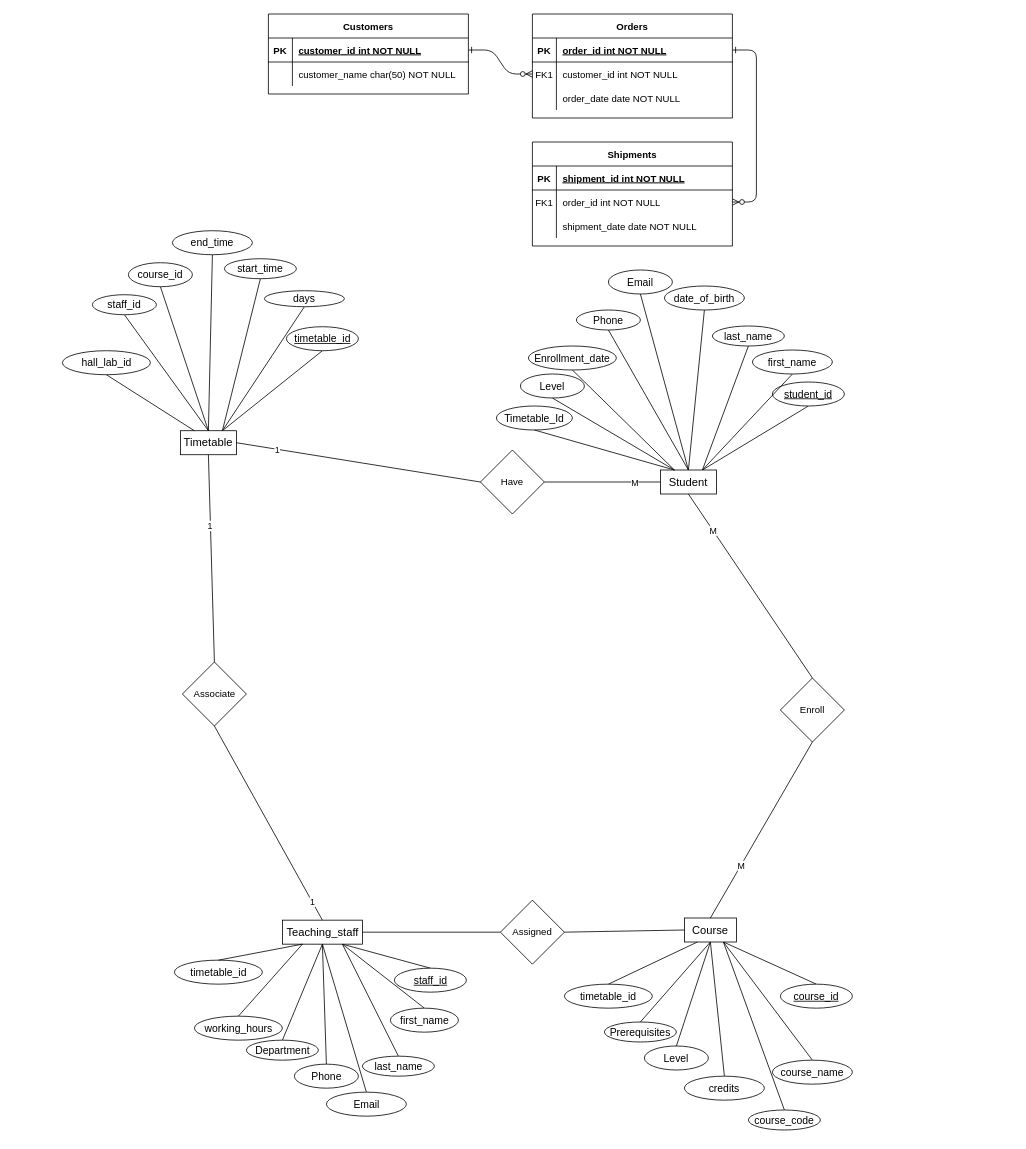
This is ERD.drawio from david11133/draw.io, a draw.io file, before an edit. Source tidied: cells renumbered, new cells numbered last; positions are measured from the earlier drawing's top-left corner, leaving out a move shared by most shapes. Both pictures are drawn from the tidied source at 80%, with x=0, y=0 at pixel (62, 14).
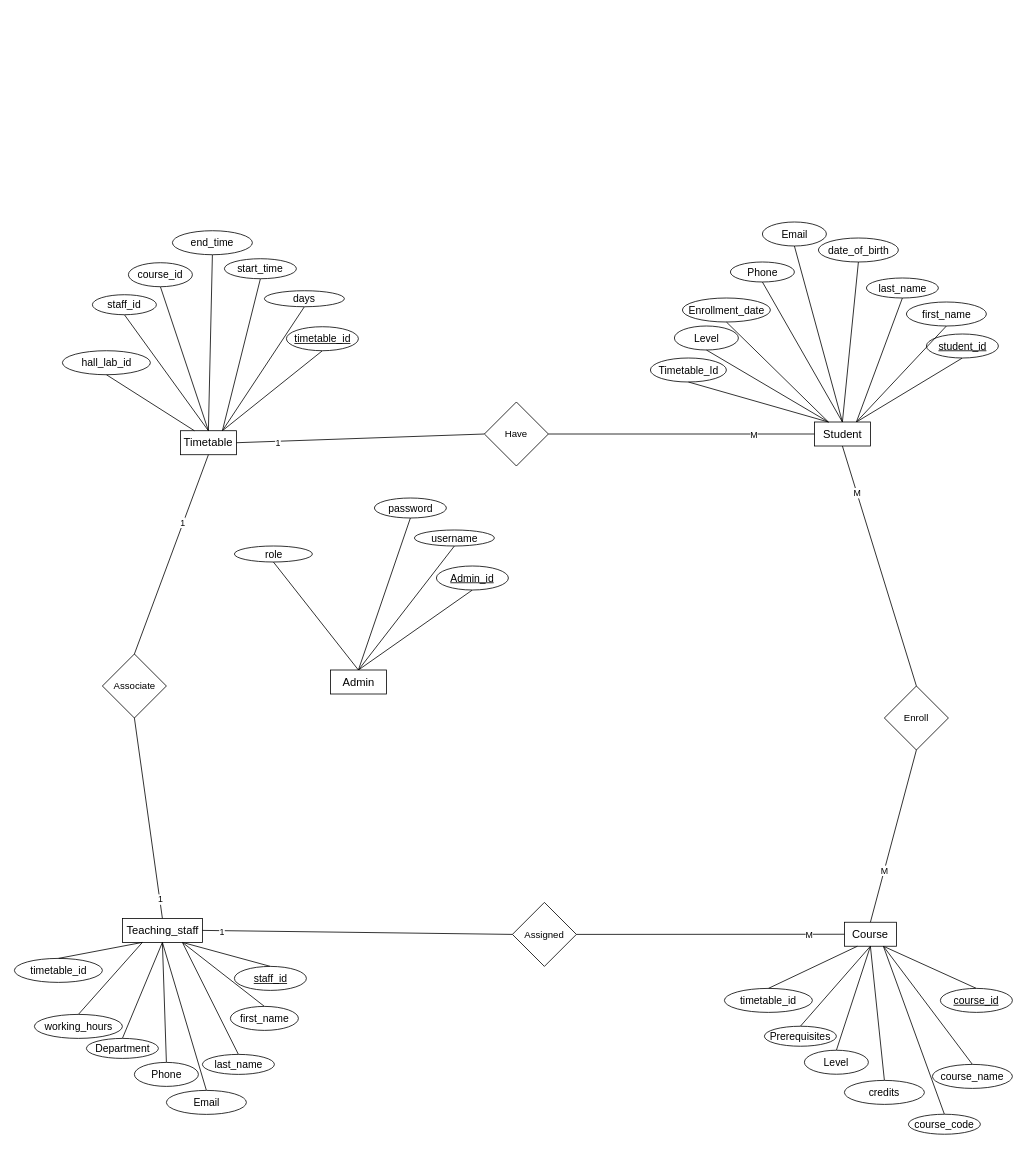
The same page after the edit.

Unchanged cells that the change refers to:
```xml
<mxCell id="113" style="endArrow=none;html=1;rounded=0;exitX=1;exitY=0.5;exitDx=0;exitDy=0;entryX=0;entryY=0.5;entryDx=0;entryDy=0;" parent="1" edge="1" source="91" target="112">
  <mxGeometry relative="1" as="geometry" />
</mxCell>
<mxCell id="114" style="endArrow=none;html=1;rounded=0;exitX=1;exitY=0.5;exitDx=0;exitDy=0;entryX=0;entryY=0.5;entryDx=0;entryDy=0;" parent="1" edge="1" source="112" target="51">
  <mxGeometry relative="1" as="geometry" />
</mxCell>
```

The edit, as a diff of the source:
```diff
@@
-    <mxCell id="2" style="edgeStyle=entityRelationEdgeStyle;endArrow=ERzeroToMany;startArrow=ERone;endFill=1;startFill=0;" parent="1" edge="1" source="25" target="8">
-      <mxGeometry relative="1" as="geometry" />
-    </mxCell>
-    <mxCell id="3" style="edgeStyle=entityRelationEdgeStyle;endArrow=ERzeroToMany;startArrow=ERone;endFill=1;startFill=0;" parent="1" edge="1" source="5" target="18">
-      <mxGeometry relative="1" as="geometry" />
-    </mxCell>
-    <mxCell id="4" value="Orders" style="shape=table;startSize=30;childLayout=tableLayout;rowLines=0;fontStyle=1;align=center;" parent="1" vertex="1">
-      <mxGeometry x="588" width="250" height="130" as="geometry" />
-    </mxCell>
-    <mxCell id="5" style="shape=partialRectangle;fillColor=none;points=[[0,0.5],[1,0.5]];portConstraint=eastwest;top=0;left=0;right=0;bottom=1;" parent="4" vertex="1">
-      <mxGeometry y="30" width="250" height="30" as="geometry" />
-    </mxCell>
-    <mxCell id="6" value="PK" style="shape=partialRectangle;overflow=hidden;fillColor=none;top=0;left=0;bottom=0;right=0;fontStyle=1;" parent="5" vertex="1">
-      <mxGeometry width="30" height="30" as="geometry" />
-    </mxCell>
-    <mxCell id="7" value="order_id int NOT NULL " style="shape=partialRectangle;overflow=hidden;fillColor=none;top=0;left=0;bottom=0;right=0;align=left;spacingLeft=6;fontStyle=5;" parent="5" vertex="1">
-      <mxGeometry x="30" width="220" height="30" as="geometry" />
-    </mxCell>
-    <mxCell id="8" style="shape=partialRectangle;fillColor=none;points=[[0,0.5],[1,0.5]];portConstraint=eastwest;top=0;left=0;right=0;bottom=0;" parent="4" vertex="1">
-      <mxGeometry y="60" width="250" height="30" as="geometry" />
-    </mxCell>
-    <mxCell id="9" value="FK1" style="shape=partialRectangle;overflow=hidden;fillColor=none;top=0;left=0;bottom=0;right=0;" parent="8" vertex="1">
-      <mxGeometry width="30" height="30" as="geometry" />
-    </mxCell>
-    <mxCell id="10" value="customer_id int NOT NULL" style="shape=partialRectangle;overflow=hidden;fillColor=none;top=0;left=0;bottom=0;right=0;align=left;spacingLeft=6;" parent="8" vertex="1">
-      <mxGeometry x="30" width="220" height="30" as="geometry" />
-    </mxCell>
-    <mxCell id="11" style="shape=partialRectangle;fillColor=none;top=0;left=0;right=0;bottom=0;" parent="4" vertex="1">
-      <mxGeometry y="90" width="250" height="30" as="geometry" />
-    </mxCell>
-    <mxCell id="12" style="shape=partialRectangle;overflow=hidden;fillColor=none;top=0;left=0;bottom=0;right=0;" parent="11" vertex="1">
-      <mxGeometry width="30" height="30" as="geometry" />
-    </mxCell>
-    <mxCell id="13" value="order_date date NOT NULL" style="shape=partialRectangle;overflow=hidden;fillColor=none;top=0;left=0;bottom=0;right=0;align=left;spacingLeft=6;" parent="11" vertex="1">
-      <mxGeometry x="30" width="220" height="30" as="geometry" />
-    </mxCell>
-    <mxCell id="14" value="Shipments" style="shape=table;startSize=30;childLayout=tableLayout;rowLines=0;fontStyle=1;align=center;" parent="1" vertex="1">
-      <mxGeometry x="588" y="160" width="250" height="130" as="geometry" />
-    </mxCell>
-    <mxCell id="15" style="shape=partialRectangle;fillColor=none;top=0;left=0;right=0;bottom=1;" parent="14" vertex="1">
-      <mxGeometry y="30" width="250" height="30" as="geometry" />
-    </mxCell>
-    <mxCell id="16" value="PK" style="shape=partialRectangle;overflow=hidden;fillColor=none;top=0;left=0;bottom=0;right=0;fontStyle=1;" parent="15" vertex="1">
-      <mxGeometry width="30" height="30" as="geometry" />
-    </mxCell>
-    <mxCell id="17" value="shipment_id int NOT NULL " style="shape=partialRectangle;overflow=hidden;fillColor=none;top=0;left=0;bottom=0;right=0;align=left;spacingLeft=6;fontStyle=5;" parent="15" vertex="1">
-      <mxGeometry x="30" width="220" height="30" as="geometry" />
-    </mxCell>
-    <mxCell id="18" style="shape=partialRectangle;fillColor=none;points=[[0,0.5],[1,0.5]];portConstraint=eastwest;top=0;left=0;right=0;bottom=0;" parent="14" vertex="1">
-      <mxGeometry y="60" width="250" height="30" as="geometry" />
-    </mxCell>
-    <mxCell id="19" value="FK1" style="shape=partialRectangle;overflow=hidden;fillColor=none;top=0;left=0;bottom=0;right=0;" parent="18" vertex="1">
-      <mxGeometry width="30" height="30" as="geometry" />
-    </mxCell>
-    <mxCell id="20" value="order_id int NOT NULL" style="shape=partialRectangle;overflow=hidden;fillColor=none;top=0;left=0;bottom=0;right=0;align=left;spacingLeft=6;" parent="18" vertex="1">
-      <mxGeometry x="30" width="220" height="30" as="geometry" />
-    </mxCell>
-    <mxCell id="21" style="shape=partialRectangle;fillColor=none;top=0;left=0;right=0;bottom=0;" parent="14" vertex="1">
-      <mxGeometry y="90" width="250" height="30" as="geometry" />
-    </mxCell>
-    <mxCell id="22" style="shape=partialRectangle;overflow=hidden;fillColor=none;top=0;left=0;bottom=0;right=0;" parent="21" vertex="1">
-      <mxGeometry width="30" height="30" as="geometry" />
-    </mxCell>
-    <mxCell id="23" value="shipment_date date NOT NULL" style="shape=partialRectangle;overflow=hidden;fillColor=none;top=0;left=0;bottom=0;right=0;align=left;spacingLeft=6;" parent="21" vertex="1">
-      <mxGeometry x="30" width="220" height="30" as="geometry" />
-    </mxCell>
-    <mxCell id="24" value="Customers" style="shape=table;startSize=30;childLayout=tableLayout;rowLines=0;fontStyle=1;align=center;" parent="1" vertex="1">
-      <mxGeometry x="258" width="250" height="100" as="geometry" />
-    </mxCell>
-    <mxCell id="25" style="shape=partialRectangle;fillColor=none;points=[[0,0.5],[1,0.5]];portConstraint=eastwest;top=0;left=0;right=0;bottom=1;" parent="24" vertex="1">
-      <mxGeometry y="30" width="250" height="30" as="geometry" />
-    </mxCell>
-    <mxCell id="26" value="PK" style="shape=partialRectangle;overflow=hidden;fillColor=none;top=0;left=0;bottom=0;right=0;fontStyle=1;" parent="25" vertex="1">
-      <mxGeometry width="30" height="30" as="geometry" />
-    </mxCell>
-    <mxCell id="27" value="customer_id int NOT NULL " style="shape=partialRectangle;overflow=hidden;fillColor=none;top=0;left=0;bottom=0;right=0;align=left;spacingLeft=6;fontStyle=5;" parent="25" vertex="1">
-      <mxGeometry x="30" width="220" height="30" as="geometry" />
-    </mxCell>
-    <mxCell id="28" style="shape=partialRectangle;fillColor=none;top=0;left=0;right=0;bottom=0;" parent="24" vertex="1">
-      <mxGeometry y="60" width="250" height="30" as="geometry" />
-    </mxCell>
-    <mxCell id="29" style="shape=partialRectangle;overflow=hidden;fillColor=none;top=0;left=0;bottom=0;right=0;" parent="28" vertex="1">
-      <mxGeometry width="30" height="30" as="geometry" />
-    </mxCell>
-    <mxCell id="30" value="customer_name char(50) NOT NULL" style="shape=partialRectangle;overflow=hidden;fillColor=none;top=0;left=0;bottom=0;right=0;align=left;spacingLeft=6;" parent="28" vertex="1">
-      <mxGeometry x="30" width="220" height="30" as="geometry" />
-    </mxCell>
@@
     <mxCell id="32" value="Student" style="rounded=0;whiteSpace=wrap;html=1;fontSize=14;" parent="1" vertex="1">
-      <mxGeometry x="748" y="570" width="70" height="30" as="geometry" />
+      <mxGeometry x="940.5" y="510" width="70" height="30" as="geometry" />
     </mxCell>
     <mxCell id="33" value="student_id" style="ellipse;whiteSpace=wrap;html=1;fontSize=13;fontStyle=4;" parent="1" vertex="1">
-      <mxGeometry x="888" y="460" width="90" height="30" as="geometry" />
+      <mxGeometry x="1080.5" y="400" width="90" height="30" as="geometry" />
     </mxCell>
@@
     <mxCell id="35" value="first_name" style="ellipse;whiteSpace=wrap;html=1;fontSize=13;fontStyle=0;" parent="1" vertex="1">
-      <mxGeometry x="863" y="420" width="100" height="30" as="geometry" />
+      <mxGeometry x="1055.5" y="360" width="100" height="30" as="geometry" />
     </mxCell>
@@
     <mxCell id="37" value="date_of_birth" style="ellipse;whiteSpace=wrap;html=1;fontSize=13;fontStyle=0;" parent="1" vertex="1">
-      <mxGeometry x="753" y="340" width="100" height="30" as="geometry" />
+      <mxGeometry x="945.5" y="280" width="100" height="30" as="geometry" />
     </mxCell>
@@
     <mxCell id="39" value="last_name" style="ellipse;whiteSpace=wrap;html=1;fontSize=13;fontStyle=0;" parent="1" vertex="1">
-      <mxGeometry x="813" y="390" width="90" height="25" as="geometry" />
+      <mxGeometry x="1005.5" y="330" width="90" height="25" as="geometry" />
     </mxCell>
@@
     <mxCell id="41" value="Email" style="ellipse;whiteSpace=wrap;html=1;fontSize=13;fontStyle=0;" parent="1" vertex="1">
-      <mxGeometry x="683" y="320" width="80" height="30" as="geometry" />
+      <mxGeometry x="875.5" y="260" width="80" height="30" as="geometry" />
     </mxCell>
@@
     <mxCell id="43" value="Phone" style="ellipse;whiteSpace=wrap;html=1;fontSize=13;fontStyle=0;" parent="1" vertex="1">
-      <mxGeometry x="643" y="370" width="80" height="25" as="geometry" />
+      <mxGeometry x="835.5" y="310" width="80" height="25" as="geometry" />
     </mxCell>
     <mxCell id="44" value="Enrollment_date" style="ellipse;whiteSpace=wrap;html=1;fontSize=13;fontStyle=0;" parent="1" vertex="1">
-      <mxGeometry x="583" y="415" width="110" height="30" as="geometry" />
+      <mxGeometry x="775.5" y="355" width="110" height="30" as="geometry" />
     </mxCell>
@@
     <mxCell id="46" value="Level" style="ellipse;whiteSpace=wrap;html=1;fontSize=13;fontStyle=0;" parent="1" vertex="1">
-      <mxGeometry x="573" y="450" width="80" height="30" as="geometry" />
+      <mxGeometry x="765.5" y="390" width="80" height="30" as="geometry" />
     </mxCell>
@@
     <mxCell id="48" value="Timetable_Id" style="ellipse;whiteSpace=wrap;html=1;fontSize=13;fontStyle=0;" parent="1" vertex="1">
-      <mxGeometry x="543" y="490" width="95" height="30" as="geometry" />
+      <mxGeometry x="735.5" y="430" width="95" height="30" as="geometry" />
     </mxCell>
@@
     <mxCell id="51" value="Course" style="rounded=0;whiteSpace=wrap;html=1;fontSize=14;" parent="1" vertex="1">
-      <mxGeometry x="778" y="1130" width="65" height="30" as="geometry" />
+      <mxGeometry x="978" y="1135.3" width="65" height="30" as="geometry" />
     </mxCell>
     <mxCell id="52" value="course_id" style="ellipse;whiteSpace=wrap;html=1;fontSize=13;fontStyle=4;" parent="1" vertex="1">
-      <mxGeometry x="898" y="1212.7" width="90" height="30" as="geometry" />
+      <mxGeometry x="1098" y="1218" width="90" height="30" as="geometry" />
     </mxCell>
@@
     <mxCell id="54" value="course_name" style="ellipse;whiteSpace=wrap;html=1;fontSize=13;fontStyle=0;" parent="1" vertex="1">
-      <mxGeometry x="888" y="1307.7" width="100" height="30" as="geometry" />
+      <mxGeometry x="1088" y="1313" width="100" height="30" as="geometry" />
     </mxCell>
@@
     <mxCell id="56" value="credits" style="ellipse;whiteSpace=wrap;html=1;fontSize=13;fontStyle=0;" parent="1" vertex="1">
-      <mxGeometry x="778" y="1327.7" width="100" height="30" as="geometry" />
+      <mxGeometry x="978" y="1333" width="100" height="30" as="geometry" />
     </mxCell>
@@
     <mxCell id="58" value="course_code" style="ellipse;whiteSpace=wrap;html=1;fontSize=13;fontStyle=0;" parent="1" vertex="1">
-      <mxGeometry x="858" y="1370" width="90" height="25" as="geometry" />
+      <mxGeometry x="1058" y="1375.3" width="90" height="25" as="geometry" />
     </mxCell>
@@
     <mxCell id="60" value="Level" style="ellipse;whiteSpace=wrap;html=1;fontSize=13;fontStyle=0;" parent="1" vertex="1">
-      <mxGeometry x="728" y="1290" width="80" height="30" as="geometry" />
+      <mxGeometry x="928" y="1295.3" width="80" height="30" as="geometry" />
     </mxCell>
@@
     <mxCell id="62" value="Prerequisites" style="ellipse;whiteSpace=wrap;html=1;fontSize=13;fontStyle=0;" parent="1" vertex="1">
-      <mxGeometry x="678" y="1260" width="90" height="25" as="geometry" />
+      <mxGeometry x="878" y="1265.3" width="90" height="25" as="geometry" />
     </mxCell>
     <mxCell id="63" value="timetable_id" style="ellipse;whiteSpace=wrap;html=1;fontSize=13;fontStyle=0;" parent="1" vertex="1">
-      <mxGeometry x="628" y="1212.7" width="110" height="30" as="geometry" />
+      <mxGeometry x="828" y="1218" width="110" height="30" as="geometry" />
     </mxCell>
@@
     <mxCell id="80" value="Have" style="rhombus;whiteSpace=wrap;html=1;" parent="1" vertex="1">
-      <mxGeometry x="523" y="545" width="80" height="80" as="geometry" />
+      <mxGeometry x="528" y="485" width="80" height="80" as="geometry" />
     </mxCell>
@@
     <mxCell id="85" value="Enroll" style="rhombus;whiteSpace=wrap;html=1;" parent="1" vertex="1">
-      <mxGeometry x="898" y="830" width="80" height="80" as="geometry" />
+      <mxGeometry x="1028" y="840" width="80" height="80" as="geometry" />
     </mxCell>
@@
     <mxCell id="91" value="Teaching_staff" style="rounded=0;whiteSpace=wrap;html=1;fontSize=14;" parent="1" vertex="1">
-      <mxGeometry x="275.5" y="1132.7" width="100" height="30" as="geometry" />
+      <mxGeometry x="75.5" y="1130.5" width="100" height="30" as="geometry" />
     </mxCell>
     <mxCell id="92" value="staff_id" style="ellipse;whiteSpace=wrap;html=1;fontSize=13;fontStyle=4;" parent="1" vertex="1">
-      <mxGeometry x="415.5" y="1192.7" width="90" height="30" as="geometry" />
+      <mxGeometry x="215.5" y="1190.5" width="90" height="30" as="geometry" />
     </mxCell>
@@
     <mxCell id="94" value="first_name" style="ellipse;whiteSpace=wrap;html=1;fontSize=13;fontStyle=0;" parent="1" vertex="1">
-      <mxGeometry x="410.5" y="1242.7" width="85" height="30" as="geometry" />
+      <mxGeometry x="210.5" y="1240.5" width="85" height="30" as="geometry" />
     </mxCell>
@@
     <mxCell id="96" value="Email" style="ellipse;whiteSpace=wrap;html=1;fontSize=13;fontStyle=0;" parent="1" vertex="1">
-      <mxGeometry x="330.5" y="1347.7" width="100" height="30" as="geometry" />
+      <mxGeometry x="130.5" y="1345.5" width="100" height="30" as="geometry" />
     </mxCell>
@@
     <mxCell id="98" value="last_name" style="ellipse;whiteSpace=wrap;html=1;fontSize=13;fontStyle=0;" parent="1" vertex="1">
-      <mxGeometry x="375.5" y="1302.7" width="90" height="25" as="geometry" />
+      <mxGeometry x="175.5" y="1300.5" width="90" height="25" as="geometry" />
     </mxCell>
@@
     <mxCell id="100" value="Phone" style="ellipse;whiteSpace=wrap;html=1;fontSize=13;fontStyle=0;" parent="1" vertex="1">
-      <mxGeometry x="290.5" y="1312.7" width="80" height="30" as="geometry" />
+      <mxGeometry x="90.5" y="1310.5" width="80" height="30" as="geometry" />
     </mxCell>
@@
     <mxCell id="102" value="Department" style="ellipse;whiteSpace=wrap;html=1;fontSize=13;fontStyle=0;" parent="1" vertex="1">
-      <mxGeometry x="230.5" y="1282.7" width="90" height="25" as="geometry" />
+      <mxGeometry x="30.5" y="1280.5" width="90" height="25" as="geometry" />
     </mxCell>
     <mxCell id="103" value="timetable_id" style="ellipse;whiteSpace=wrap;html=1;fontSize=13;fontStyle=0;" parent="1" vertex="1">
-      <mxGeometry x="140.5" y="1182.7" width="110" height="30" as="geometry" />
+      <mxGeometry x="-59.5" y="1180.5" width="110" height="30" as="geometry" />
     </mxCell>
@@
     <mxCell id="105" value="working_hours" style="ellipse;whiteSpace=wrap;html=1;fontSize=13;fontStyle=0;" parent="1" vertex="1">
-      <mxGeometry x="165.5" y="1252.7" width="110" height="30" as="geometry" />
+      <mxGeometry x="-34.5" y="1250.5" width="110" height="30" as="geometry" />
     </mxCell>
@@
     <mxCell id="107" value="Associate" style="rhombus;whiteSpace=wrap;html=1;" parent="1" vertex="1">
-      <mxGeometry x="150.5" y="810" width="80" height="80" as="geometry" />
+      <mxGeometry x="50.5" y="800" width="80" height="80" as="geometry" />
     </mxCell>
@@
     <mxCell id="112" value="Assigned" style="rhombus;whiteSpace=wrap;html=1;" parent="1" vertex="1">
-      <mxGeometry x="548" y="1107.7" width="80" height="80" as="geometry" />
+      <mxGeometry x="563" y="1110.5" width="80" height="80" as="geometry" />
     </mxCell>
@@
+    <mxCell id="115" value="1" style="edgeLabel;html=1;align=center;verticalAlign=middle;" parent="113" vertex="1">
+      <mxGeometry x="-0.87" y="-2" relative="1" as="geometry">
+        <mxPoint x="-1" as="offset" />
+      </mxGeometry>
+    </mxCell>
@@
+    <mxCell id="116" value="M" style="edgeLabel;html=1;align=center;verticalAlign=middle;" parent="114" vertex="1">
+      <mxGeometry x="0.73" relative="1" as="geometry">
+        <mxPoint x="1" as="offset" />
+      </mxGeometry>
+    </mxCell>
+    <mxCell id="117" style="rounded=0;jettySize=auto;html=1;exitX=0.5;exitY=0;exitDx=0;exitDy=0;entryX=0.5;entryY=1;entryDx=0;entryDy=0;strokeColor=default;endArrow=none;endFill=0;" parent="1" edge="1" source="118" target="119">
+      <mxGeometry relative="1" as="geometry" />
+    </mxCell>
+    <mxCell id="118" value="Admin" style="rounded=0;whiteSpace=wrap;html=1;fontSize=14;" parent="1" vertex="1">
+      <mxGeometry x="335.5" y="820" width="70" height="30" as="geometry" />
+    </mxCell>
+    <mxCell id="119" value="Admin_id" style="ellipse;whiteSpace=wrap;html=1;fontSize=13;fontStyle=4;" parent="1" vertex="1">
+      <mxGeometry x="468" y="690" width="90" height="30" as="geometry" />
+    </mxCell>
+    <mxCell id="120" style="rounded=0;jettySize=auto;html=1;entryX=0.5;entryY=1;entryDx=0;entryDy=0;strokeColor=default;exitX=0.5;exitY=0;exitDx=0;exitDy=0;endArrow=none;endFill=0;" parent="1" edge="1" source="118" target="121">
+      <mxGeometry relative="1" as="geometry" />
+    </mxCell>
+    <mxCell id="121" value="username" style="ellipse;whiteSpace=wrap;html=1;fontSize=13;fontStyle=0;" parent="1" vertex="1">
+      <mxGeometry x="440.5" y="645" width="100" height="20" as="geometry" />
+    </mxCell>
+    <mxCell id="122" style="rounded=0;jettySize=auto;html=1;entryX=0.5;entryY=1;entryDx=0;entryDy=0;strokeColor=default;exitX=0.5;exitY=0;exitDx=0;exitDy=0;endArrow=none;endFill=0;" parent="1" edge="1" source="118" target="123">
+      <mxGeometry relative="1" as="geometry" />
+    </mxCell>
+    <mxCell id="123" value="role" style="ellipse;whiteSpace=wrap;html=1;fontSize=13;fontStyle=0;" parent="1" vertex="1">
+      <mxGeometry x="215.5" y="665" width="97.5" height="20" as="geometry" />
+    </mxCell>
+    <mxCell id="124" style="rounded=0;jettySize=auto;html=1;entryX=0.5;entryY=1;entryDx=0;entryDy=0;strokeColor=default;exitX=0.5;exitY=0;exitDx=0;exitDy=0;endArrow=none;endFill=0;" parent="1" edge="1" source="118" target="125">
+      <mxGeometry relative="1" as="geometry" />
+    </mxCell>
+    <mxCell id="125" value="password" style="ellipse;whiteSpace=wrap;html=1;fontSize=13;fontStyle=0;" parent="1" vertex="1">
+      <mxGeometry x="390.5" y="605" width="90" height="25" as="geometry" />
+    </mxCell>
```
